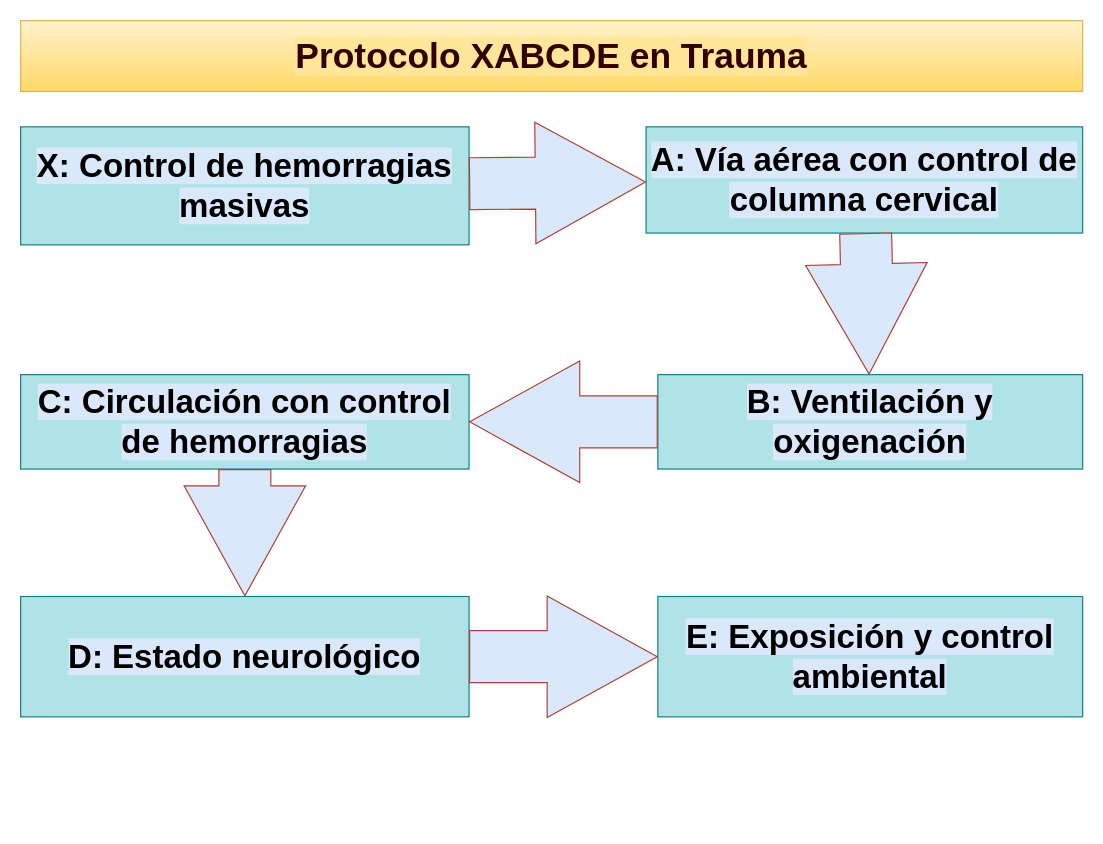
Crospirit/Caracol-que-embiste keeps this draw.io diagram as Diagrama sin título.drawio. Above is the earlier version. Source tidied: cells renumbered, new cells numbered last; positions are measured from the earlier drawing's top-left corner, leaving out a move shared by most shapes. Both pictures are drawn from the tidied source at 118%, with x=0, y=0 at pixel (20, 20).
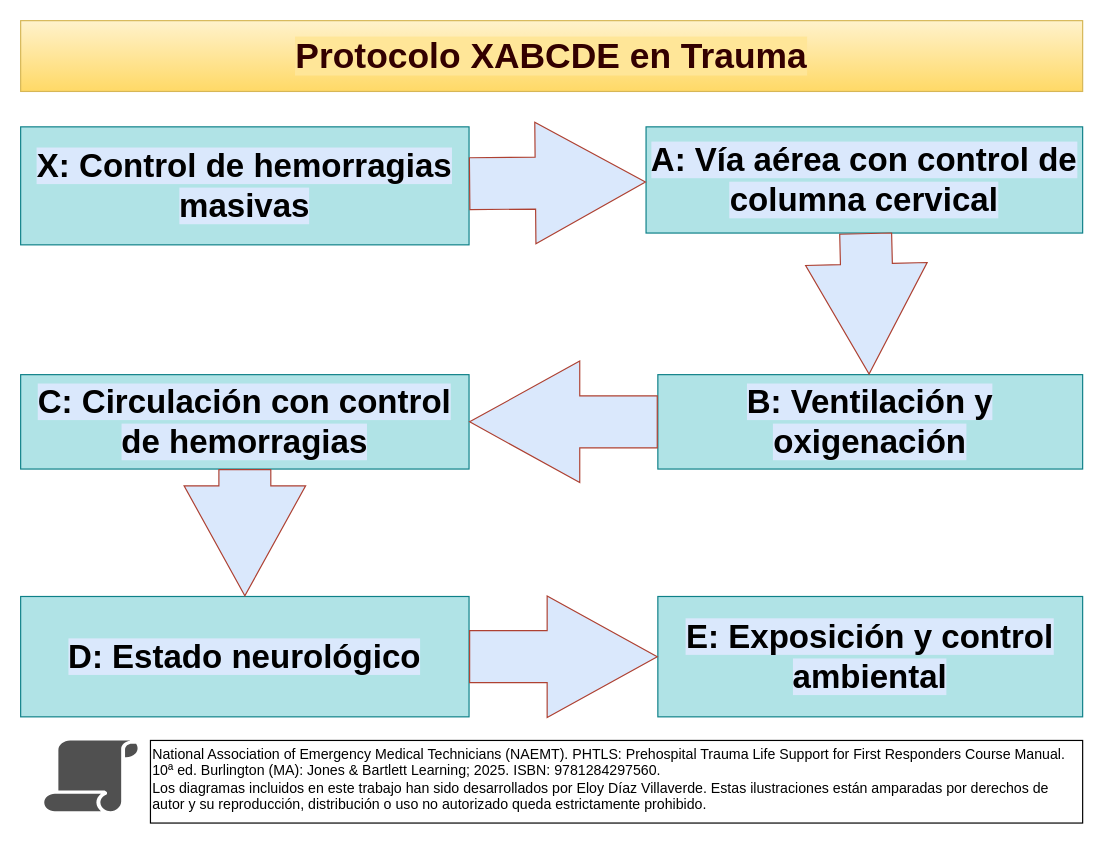
The same diagram, later.

What changed in the source:
```diff
@@
 <mxGraphModel>
   <root>
     <mxCell id="0" />
     <mxCell id="1" parent="0" />
     <mxCell id="2" value="&lt;font style=&quot;color: rgb(51, 0, 0); font-size: 30px;&quot;&gt;&lt;b style=&quot;background-color: light-dark(rgb(255, 230, 152), rgb(237, 237, 237));&quot;&gt;Protocolo XABCDE en Trauma&lt;/b&gt;&lt;/font&gt;" style="rounded=0;whiteSpace=wrap;html=1;fillColor=#fff2cc;strokeColor=#d6b656;gradientColor=#ffd966;" parent="1" vertex="1">
       <mxGeometry width="900" height="60" as="geometry" />
     </mxCell>
     <mxCell id="3" value="&lt;font style=&quot;background-color: light-dark(rgb(218, 232, 252), rgb(237, 237, 237)); color: rgb(0, 0, 0); font-size: 28px;&quot;&gt;&lt;b&gt;X: Control de hemorragias masivas&lt;/b&gt;&lt;/font&gt;" style="rounded=0;whiteSpace=wrap;html=1;fillColor=#b0e3e6;strokeColor=#0e8088;" parent="1" vertex="1">
       <mxGeometry y="90" width="380" height="100" as="geometry" />
     </mxCell>
     <mxCell id="4" value="&lt;font style=&quot;background-color: light-dark(rgb(218, 232, 252), rgb(237, 237, 237)); color: rgb(0, 0, 0); font-size: 28px;&quot;&gt;&lt;b&gt;A: Vía aérea con control de columna cervical&lt;/b&gt;&lt;/font&gt;" style="rounded=0;whiteSpace=wrap;html=1;fillColor=#b0e3e6;strokeColor=#0e8088;" parent="1" vertex="1">
       <mxGeometry x="530" y="90" width="370" height="90" as="geometry" />
     </mxCell>
     <mxCell id="5" value="&lt;font style=&quot;background-color: light-dark(rgb(218, 232, 252), rgb(237, 237, 237)); color: rgb(0, 0, 0); font-size: 28px;&quot;&gt;&lt;b&gt;B: Ventilación y oxigenación&lt;/b&gt;&lt;/font&gt;" style="rounded=0;whiteSpace=wrap;html=1;fillColor=#b0e3e6;strokeColor=#0e8088;" parent="1" vertex="1">
       <mxGeometry x="540" y="300" width="360" height="80" as="geometry" />
     </mxCell>
     <mxCell id="6" value="&lt;font style=&quot;background-color: light-dark(rgb(218, 232, 252), rgb(237, 237, 237)); color: rgb(0, 0, 0); font-size: 28px;&quot;&gt;&lt;b&gt;C: Circulación con control de hemorragias&lt;/b&gt;&lt;/font&gt;" style="rounded=0;whiteSpace=wrap;html=1;fillColor=#b0e3e6;strokeColor=#0e8088;" parent="1" vertex="1">
       <mxGeometry y="300" width="380" height="80" as="geometry" />
     </mxCell>
     <mxCell id="7" value="&lt;font style=&quot;background-color: light-dark(rgb(218, 232, 252), rgb(237, 237, 237)); color: rgb(0, 0, 0); font-size: 28px;&quot;&gt;&lt;b&gt;D: Estado neurológico&lt;/b&gt;&lt;/font&gt;" style="rounded=0;whiteSpace=wrap;html=1;fillColor=#b0e3e6;strokeColor=#0e8088;" parent="1" vertex="1">
       <mxGeometry y="488" width="380" height="102" as="geometry" />
     </mxCell>
     <mxCell id="8" value="&lt;font style=&quot;background-color: light-dark(rgb(218, 232, 252), rgb(237, 237, 237)); color: rgb(0, 0, 0); font-size: 28px;&quot;&gt;&lt;b&gt;E: Exposición y control ambiental&lt;/b&gt;&lt;/font&gt;" style="rounded=0;whiteSpace=wrap;html=1;fillColor=#b0e3e6;strokeColor=#0e8088;" parent="1" vertex="1">
       <mxGeometry x="540" y="488" width="360" height="102" as="geometry" />
     </mxCell>
     <mxCell id="9" style="shape=flexArrow;endArrow=classic;html=1;rounded=0;endWidth=58;endSize=30.77;width=44;fillColor=light-dark(#dae8fc, #442724);strokeColor=#ae4132;" parent="1" edge="1" source="3" target="4">
       <mxGeometry relative="1" as="geometry" />
     </mxCell>
     <mxCell id="10" style="shape=flexArrow;endArrow=classic;html=1;rounded=0;endWidth=58;endSize=30.77;width=44;fillColor=light-dark(#dae8fc, #442724);strokeColor=#ae4132;" parent="1" edge="1" source="4" target="5">
       <mxGeometry relative="1" as="geometry" />
     </mxCell>
     <mxCell id="11" style="shape=flexArrow;endArrow=classic;html=1;rounded=0;endWidth=58;endSize=30.77;width=44;fillColor=light-dark(#dae8fc, #442724);strokeColor=#ae4132;" parent="1" edge="1" source="5" target="6">
       <mxGeometry relative="1" as="geometry" />
     </mxCell>
     <mxCell id="12" style="shape=flexArrow;endArrow=classic;html=1;rounded=0;endWidth=58;endSize=30.77;width=44;fillColor=light-dark(#dae8fc, #442724);strokeColor=#ae4132;" parent="1" edge="1" source="6" target="7">
       <mxGeometry relative="1" as="geometry" />
     </mxCell>
     <mxCell id="13" style="shape=flexArrow;endArrow=classic;html=1;rounded=0;endWidth=58;endSize=30.77;width=44;fillColor=light-dark(#dae8fc, #442724);strokeColor=#ae4132;" parent="1" edge="1" source="7" target="8">
       <mxGeometry relative="1" as="geometry" />
     </mxCell>
+    <mxCell id="14" style="sketch=0;shadow=0;dashed=0;html=1;strokeColor=none;fillColor=#505050;labelPosition=center;verticalLabelPosition=bottom;verticalAlign=top;align=center;shape=mxgraph.office.security.policy;" parent="1" vertex="1">
+      <mxGeometry x="20" y="610" width="80" height="60" as="geometry" />
+    </mxCell>
+    <mxCell id="15" value="&lt;div&gt;&lt;br&gt;&lt;/div&gt;&lt;div&gt;National Association of Emergency Medical Technicians (NAEMT). PHTLS: Prehospital Trauma Life Support for First Responders Course Manual. 10ª ed. Burlington (MA): Jones &amp;amp; Bartlett Learning; 2025. ISBN: 9781284297560.&lt;/div&gt;&lt;div&gt;Los diagramas incluidos en este trabajo han sido desarrollados por Eloy Díaz Villaverde. Estas ilustraciones están amparadas por derechos de autor y su reproducción, distribución o uso no autorizado queda estrictamente prohibido.&lt;/div&gt;" style="html=1;whiteSpace=wrap;align=left;spacingTop=-19;" parent="1" vertex="1">
+      <mxGeometry x="110" y="610" width="790" height="70" as="geometry" />
+    </mxCell>
   </root>
 </mxGraphModel>
```
